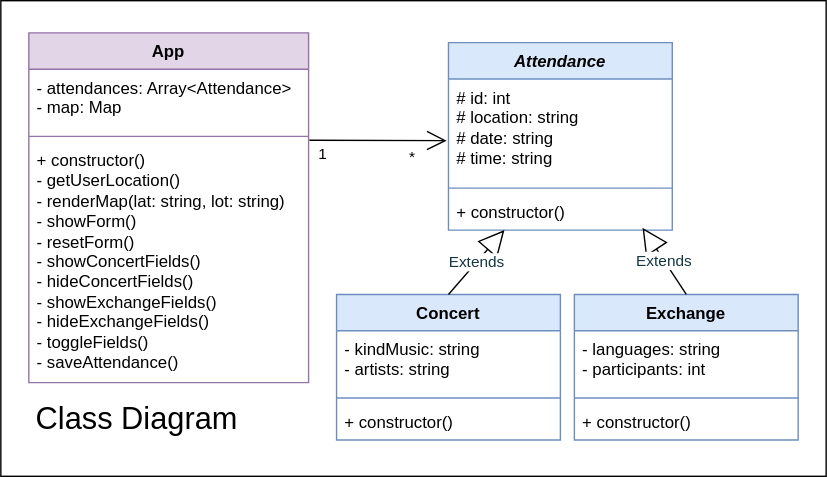
Above: class-diagram.drawio.svg in josenavarrohub/vanilla-js-eventify (draw.io), before the change. Source tidied: cells renumbered, new cells last; positions are measured from the earlier drawing's top-left corner, leaving out a move shared by most shapes.
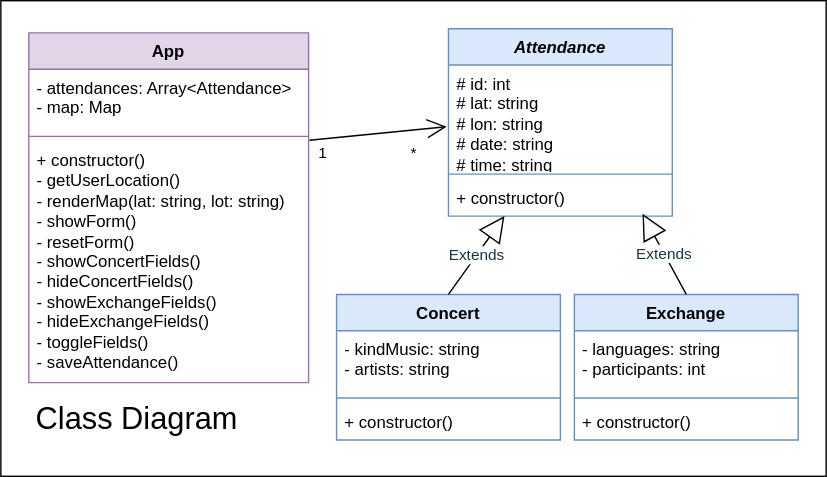
The same file after the commit.

What changed in the source:
```diff
@@ -9,9 +9,9 @@
       <mxGeometry x="10" y="280" width="175" height="40" as="geometry" />
     </mxCell>
     <mxCell id="4" value="&lt;i&gt;Attendance&lt;/i&gt;" style="swimlane;fontStyle=1;align=center;verticalAlign=top;horizontal=1;startSize=26;whiteSpace=wrap;html=1;swimlaneLine=1;fillColor=#dae8fc;strokeColor=#6c8ebf;" parent="1" vertex="1">
-      <mxGeometry x="320" y="30" width="160" height="134" as="geometry" />
+      <mxGeometry x="320" y="20" width="160" height="134" as="geometry" />
     </mxCell>
-    <mxCell id="5" value="&lt;span id=&quot;docs-internal-guid-5c088fe4-7fff-a9e7-d3c3-fa63c1cc96f2&quot;&gt;&lt;/span&gt;&lt;span id=&quot;docs-internal-guid-5c088fe4-7fff-a9e7-d3c3-fa63c1cc96f2&quot;&gt;&lt;/span&gt;# id: int&lt;br&gt;# location: string&lt;br&gt;# date: string&lt;br&gt;# time: string" style="text;strokeColor=none;fillColor=none;align=left;verticalAlign=top;spacingLeft=4;spacingRight=4;overflow=hidden;points=[[0,0.5],[1,0.5]];portConstraint=eastwest;whiteSpace=wrap;html=1;" parent="4" vertex="1">
+    <mxCell id="5" value="&lt;span id=&quot;docs-internal-guid-5c088fe4-7fff-a9e7-d3c3-fa63c1cc96f2&quot;&gt;&lt;/span&gt;&lt;span id=&quot;docs-internal-guid-5c088fe4-7fff-a9e7-d3c3-fa63c1cc96f2&quot;&gt;&lt;/span&gt;# id: int&lt;br&gt;# lat: string&lt;br&gt;# lon: string&lt;br&gt;# date: string&lt;br&gt;# time: string" style="text;strokeColor=none;fillColor=none;align=left;verticalAlign=top;spacingLeft=4;spacingRight=4;overflow=hidden;points=[[0,0.5],[1,0.5]];portConstraint=eastwest;whiteSpace=wrap;html=1;" parent="4" vertex="1">
       <mxGeometry y="26" width="160" height="74" as="geometry" />
     </mxCell>
     <mxCell id="6" style="line;strokeWidth=1;fillColor=none;align=left;verticalAlign=middle;spacingTop=-1;spacingLeft=3;spacingRight=3;labelPosition=right;strokeColor=inherit;" parent="4" vertex="1">
```
